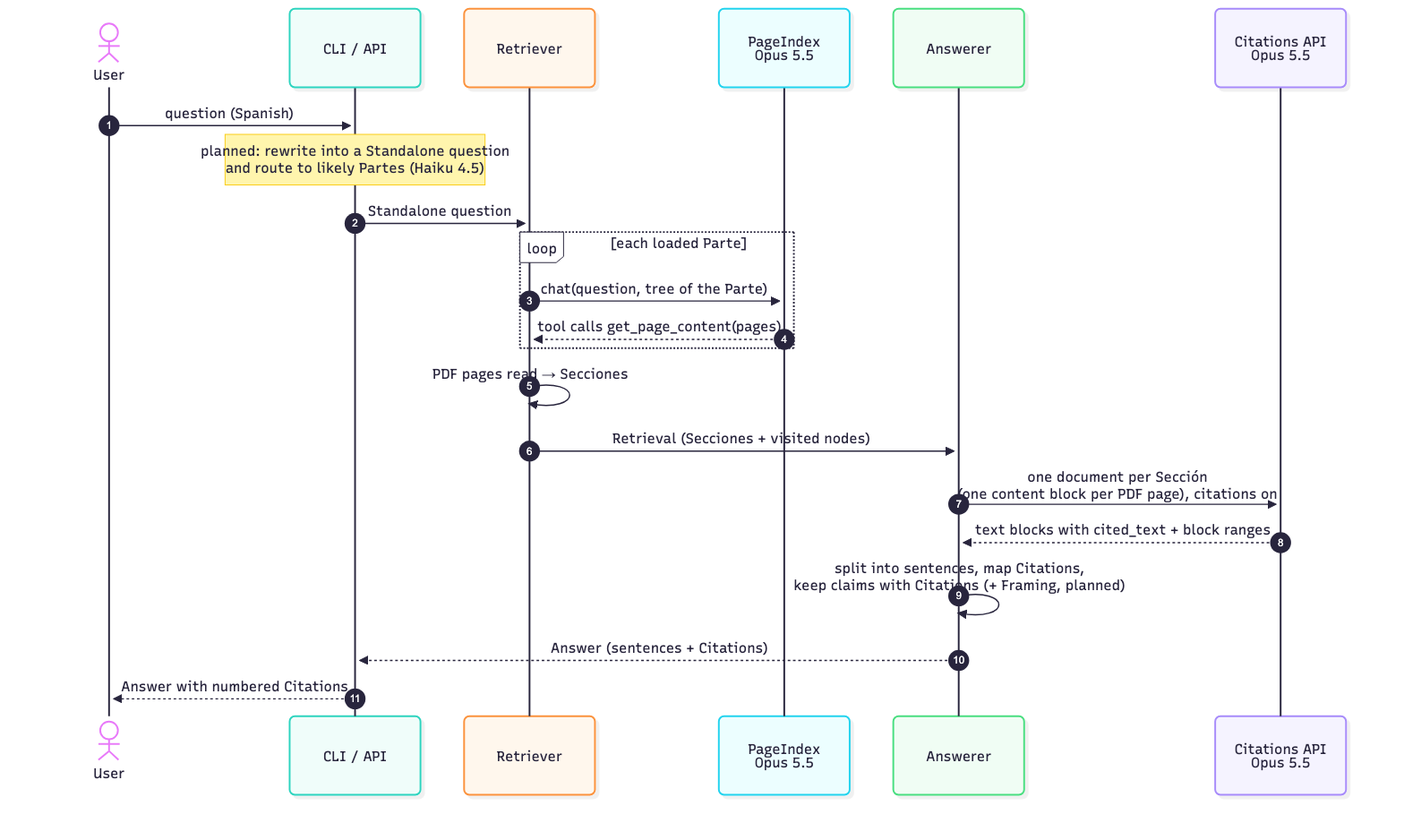
Before: docs/diagrams/answering.png, a diagram exported from Mermaid (Guernik/raac-rag). Its source is kept beside it as docs/diagrams/answering.mmd.
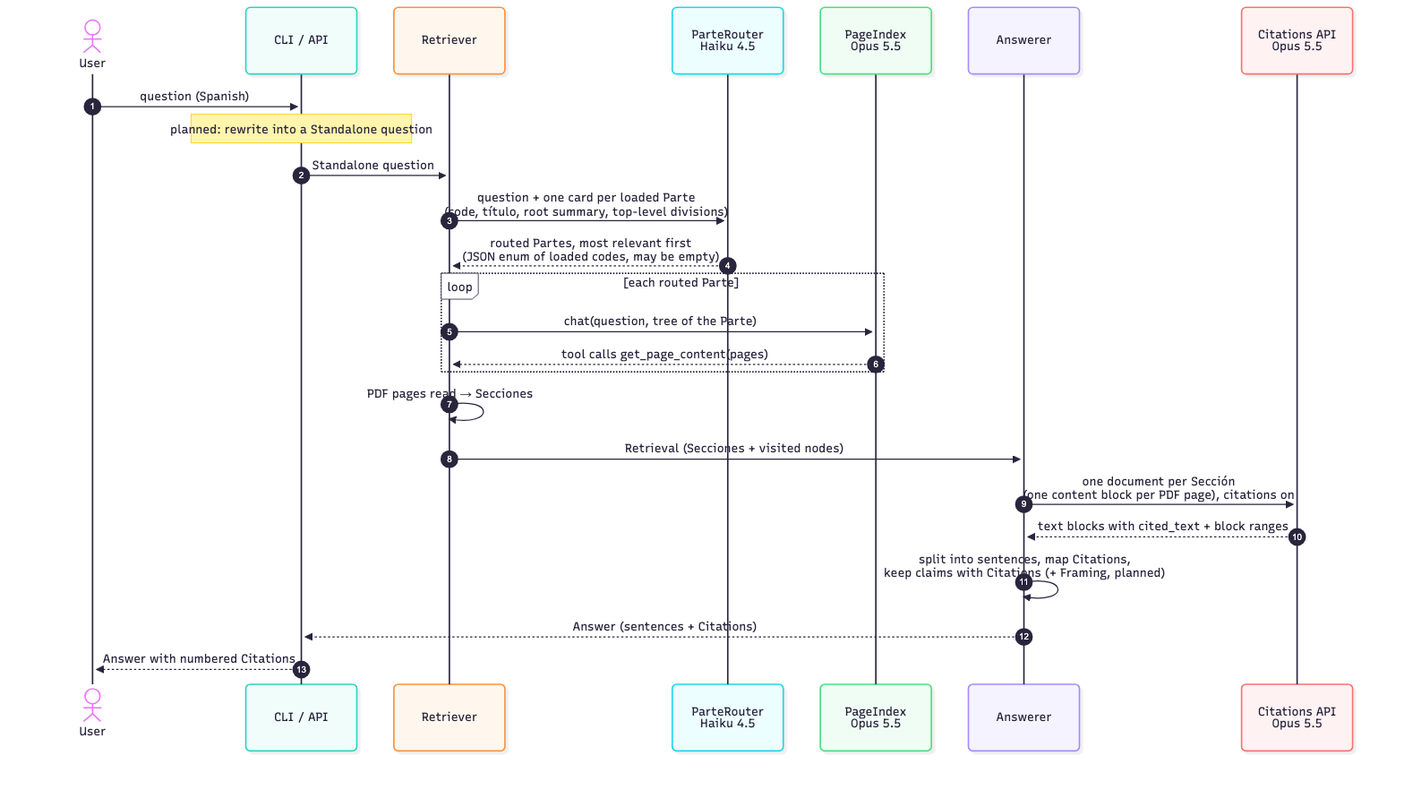
After the commit.

What changed in the source:
```diff
@@ -3,14 +3,17 @@
     actor U as User
     participant C as CLI / API
     participant R as Retriever
+    participant RT as ParteRouter<br/>Haiku 4.5
     participant P as PageIndex<br/>Opus 5.5
     participant A as Answerer
     participant L as Citations API<br/>Opus 5.5
 
     U->>C: question (Spanish)
-    Note over C: planned: rewrite into a Standalone question<br/>and route to likely Partes (Haiku 4.5)
+    Note over C: planned: rewrite into a Standalone question
     C->>R: Standalone question
-    loop each loaded Parte
+    R->>RT: question + one card per loaded Parte<br/>(code, título, root summary, top-level divisions)
+    RT-->>R: routed Partes, most relevant first<br/>(JSON enum of loaded codes, may be empty)
+    loop each routed Parte
         R->>P: chat(question, tree of the Parte)
         P-->>R: tool calls get_page_content(pages)
     end
```
